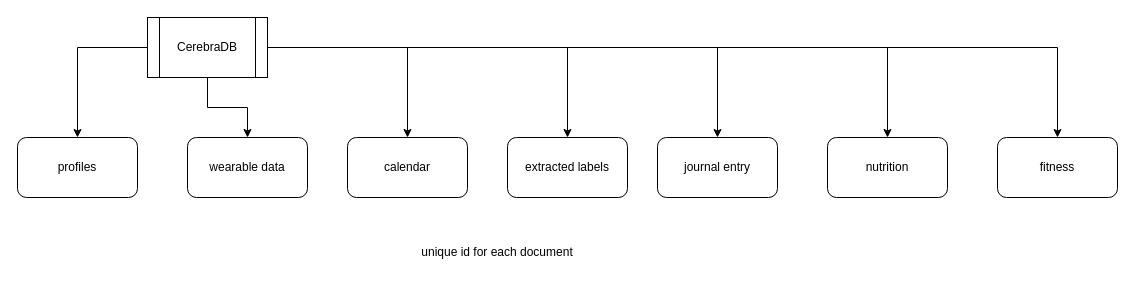
Before: imgs/diagrams/server_config.drawio in brilerner/ewandi, a draw.io diagram. Source tidied: cells renumbered, new cells numbered last; positions are measured from the earlier drawing's top-left corner, leaving out a move shared by most shapes. Both pictures are drawn from the tidied source at 100%, with x=0, y=0 at pixel (17, 17).
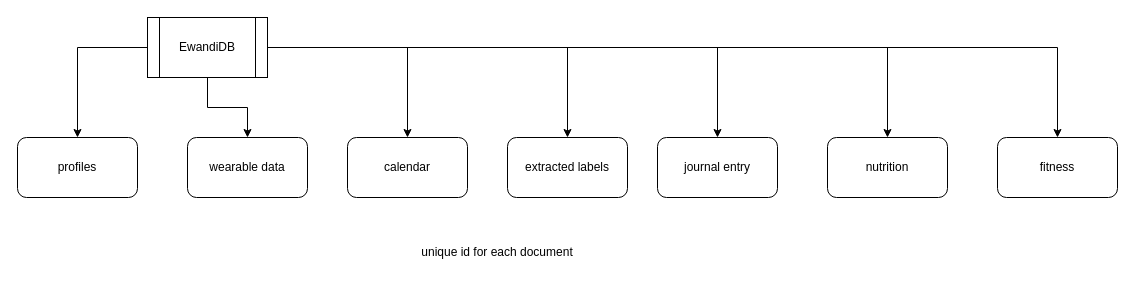
After the change.

What changed in the source:
```diff
@@
 <mxGraphModel>
   <root>
     <mxCell id="0" />
     <mxCell id="1" parent="0" />
     <mxCell id="2" style="edgeStyle=orthogonalEdgeStyle;rounded=0;jettySize=auto;html=1;entryX=0.5;entryY=0;entryDx=0;entryDy=0;" parent="1" edge="1" source="9" target="10">
       <mxGeometry relative="1" as="geometry" />
     </mxCell>
     <mxCell id="3" style="edgeStyle=orthogonalEdgeStyle;rounded=0;jettySize=auto;html=1;" parent="1" edge="1" source="9" target="11">
       <mxGeometry relative="1" as="geometry" />
     </mxCell>
     <mxCell id="4" style="edgeStyle=orthogonalEdgeStyle;rounded=0;jettySize=auto;html=1;" parent="1" edge="1" source="9" target="13">
       <mxGeometry relative="1" as="geometry" />
     </mxCell>
     <mxCell id="5" style="edgeStyle=orthogonalEdgeStyle;rounded=0;jettySize=auto;html=1;" parent="1" edge="1" source="9" target="14">
       <mxGeometry relative="1" as="geometry" />
     </mxCell>
     <mxCell id="6" style="edgeStyle=orthogonalEdgeStyle;rounded=0;jettySize=auto;html=1;" parent="1" edge="1" source="9" target="12">
       <mxGeometry relative="1" as="geometry" />
     </mxCell>
     <mxCell id="7" style="edgeStyle=orthogonalEdgeStyle;rounded=0;jettySize=auto;html=1;entryX=0.5;entryY=0;entryDx=0;entryDy=0;" parent="1" edge="1" source="9" target="15">
       <mxGeometry relative="1" as="geometry" />
     </mxCell>
     <mxCell id="8" style="edgeStyle=orthogonalEdgeStyle;rounded=0;jettySize=auto;html=1;entryX=0.5;entryY=0;entryDx=0;entryDy=0;" parent="1" edge="1" source="9" target="16">
       <mxGeometry relative="1" as="geometry" />
     </mxCell>
-    <mxCell id="9" value="CerebraDB" style="rounded=0;whiteSpace=wrap;html=1;shape=process;backgroundOutline=1;" parent="1" vertex="1">
+    <mxCell id="9" value="EwandiDB" style="rounded=0;whiteSpace=wrap;html=1;shape=process;backgroundOutline=1;" parent="1" vertex="1">
       <mxGeometry x="130" width="120" height="60" as="geometry" />
     </mxCell>
     <mxCell id="10" value="profiles" style="rounded=1;whiteSpace=wrap;html=1;" parent="1" vertex="1">
       <mxGeometry y="120" width="120" height="60" as="geometry" />
     </mxCell>
     <mxCell id="11" value="wearable data" style="rounded=1;whiteSpace=wrap;html=1;" parent="1" vertex="1">
       <mxGeometry x="170" y="120" width="120" height="60" as="geometry" />
     </mxCell>
     <mxCell id="12" value="journal entry" style="rounded=1;whiteSpace=wrap;html=1;" parent="1" vertex="1">
       <mxGeometry x="640" y="120" width="120" height="60" as="geometry" />
     </mxCell>
     <mxCell id="13" value="extracted labels" style="rounded=1;whiteSpace=wrap;html=1;" parent="1" vertex="1">
       <mxGeometry x="490" y="120" width="120" height="60" as="geometry" />
     </mxCell>
     <mxCell id="14" value="calendar" style="rounded=1;whiteSpace=wrap;html=1;" parent="1" vertex="1">
       <mxGeometry x="330" y="120" width="120" height="60" as="geometry" />
     </mxCell>
     <mxCell id="15" value="nutrition" style="rounded=1;whiteSpace=wrap;html=1;" parent="1" vertex="1">
       <mxGeometry x="810" y="120" width="120" height="60" as="geometry" />
     </mxCell>
     <mxCell id="16" value="fitness" style="rounded=1;whiteSpace=wrap;html=1;" parent="1" vertex="1">
       <mxGeometry x="980" y="120" width="120" height="60" as="geometry" />
     </mxCell>
     <mxCell id="17" value="unique id for each document" style="text;html=1;strokeColor=none;fillColor=none;align=center;verticalAlign=middle;whiteSpace=wrap;rounded=0;" parent="1" vertex="1">
       <mxGeometry x="350" y="220" width="260" height="30" as="geometry" />
     </mxCell>
   </root>
 </mxGraphModel>
```
